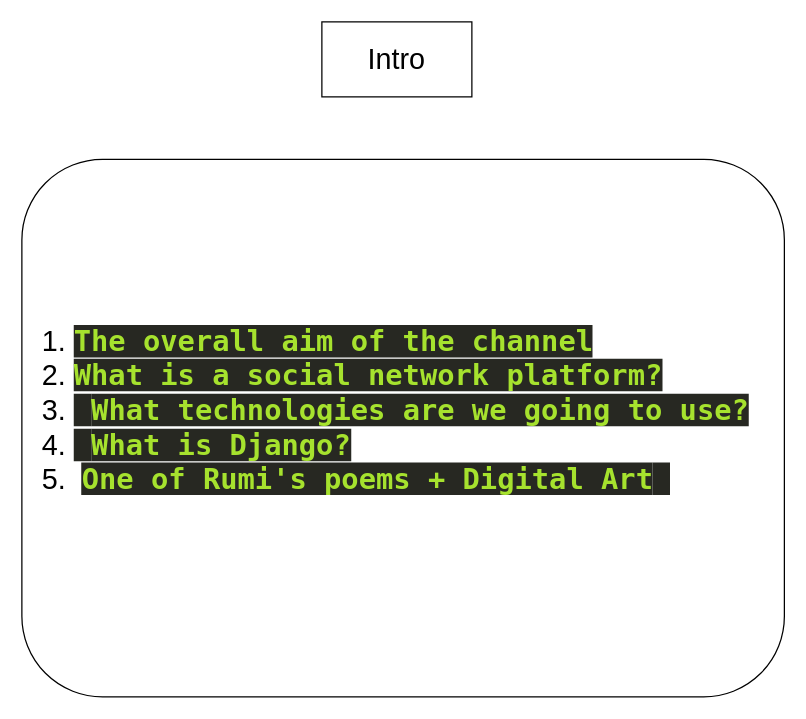
The draw.io diagram page "Intro" (1 of 4) of Session 1.drawio in raminux/diagrams, before the edit. Source tidied: cells renumbered, new cells numbered last; positions are measured from the earlier drawing's top-left corner, leaving out a move shared by most shapes. Both pictures are drawn from the tidied source at 125%, with x=0, y=0 at pixel (21, 21).
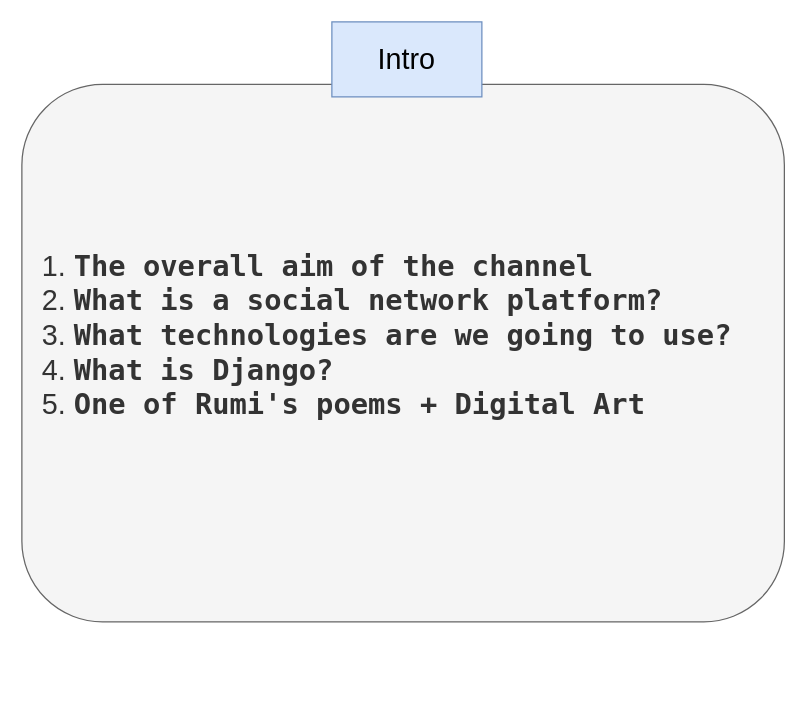
Above is the later version.

Diff of the diagram source:
```diff
@@
 <mxGraphModel>
   <root>
     <mxCell id="0" />
     <mxCell id="1" parent="0" />
-    <mxCell id="2" value="&lt;ol&gt;&lt;li&gt;&lt;span style=&quot;color: rgb(166, 226, 46); font-weight: bold; background-color: rgb(39, 40, 34); font-family: &amp;quot;Droid Sans Mono&amp;quot;, &amp;quot;monospace&amp;quot;, monospace; font-size: 23px;&quot;&gt;The overall aim of the channel&lt;/span&gt;&lt;/li&gt;&lt;li&gt;&lt;span style=&quot;background-color: rgb(39, 40, 34); color: rgb(166, 226, 46); font-family: &amp;quot;Droid Sans Mono&amp;quot;, &amp;quot;monospace&amp;quot;, monospace; font-weight: bold;&quot;&gt;What is a social network platform?&lt;/span&gt;&lt;br&gt;&lt;/li&gt;&lt;li&gt;&lt;span style=&quot;background-color: rgb(39, 40, 34); color: rgb(166, 226, 46); font-family: &amp;quot;Droid Sans Mono&amp;quot;, &amp;quot;monospace&amp;quot;, monospace; font-weight: bold;&quot;&gt;&amp;nbsp;&lt;/span&gt;&lt;span style=&quot;color: rgb(166, 226, 46); font-weight: bold; background-color: rgb(39, 40, 34); font-family: &amp;quot;Droid Sans Mono&amp;quot;, &amp;quot;monospace&amp;quot;, monospace;&quot;&gt;What technologies are we going to use?&lt;/span&gt;&lt;br&gt;&lt;/li&gt;&lt;li&gt;&lt;span style=&quot;background-color: rgb(39, 40, 34); color: rgb(166, 226, 46); font-family: &amp;quot;Droid Sans Mono&amp;quot;, &amp;quot;monospace&amp;quot;, monospace; font-weight: bold;&quot;&gt;&amp;nbsp;&lt;/span&gt;&lt;span style=&quot;color: rgb(166, 226, 46); font-weight: bold; background-color: rgb(39, 40, 34); font-family: &amp;quot;Droid Sans Mono&amp;quot;, &amp;quot;monospace&amp;quot;, monospace;&quot;&gt;What is Django?&lt;/span&gt;&lt;/li&gt;&lt;li&gt;&amp;nbsp;&lt;span style=&quot;color: rgb(166, 226, 46); font-weight: bold; background-color: rgb(39, 40, 34); font-family: &amp;quot;Droid Sans Mono&amp;quot;, &amp;quot;monospace&amp;quot;, monospace;&quot;&gt;One of Rumi's poems + Digital Art&lt;/span&gt;&lt;span style=&quot;background-color: rgb(39, 40, 34); color: rgb(166, 226, 46); font-family: &amp;quot;Droid Sans Mono&amp;quot;, &amp;quot;monospace&amp;quot;, monospace; font-weight: bold;&quot;&gt;&amp;nbsp;&lt;/span&gt;&lt;/li&gt;&lt;/ol&gt;&lt;span style=&quot;background-color: rgb(39, 40, 34); color: rgb(166, 226, 46); font-family: &amp;quot;Droid Sans Mono&amp;quot;, &amp;quot;monospace&amp;quot;, monospace; font-size: 23px; font-weight: bold;&quot;&gt;&lt;br&gt;&lt;/span&gt;" style="rounded=1;whiteSpace=wrap;html=1;fontSize=23;align=left;" parent="1" vertex="1">
-      <mxGeometry y="110" width="610" height="430" as="geometry" />
+    <mxCell id="2" value="&lt;ol&gt;&lt;li&gt;&lt;span style=&quot;font-weight: bold; font-family: &amp;quot;Droid Sans Mono&amp;quot;, &amp;quot;monospace&amp;quot;, monospace; font-size: 23px;&quot;&gt;The overall aim of the channel&lt;/span&gt;&lt;/li&gt;&lt;li&gt;&lt;span style=&quot;font-family: &amp;quot;Droid Sans Mono&amp;quot;, &amp;quot;monospace&amp;quot;, monospace; font-weight: bold;&quot;&gt;What is a social network platform?&lt;/span&gt;&lt;br&gt;&lt;/li&gt;&lt;li&gt;&lt;span style=&quot;font-weight: bold; font-family: &amp;quot;Droid Sans Mono&amp;quot;, &amp;quot;monospace&amp;quot;, monospace;&quot;&gt;What technologies are we going to use?&lt;/span&gt;&lt;br&gt;&lt;/li&gt;&lt;li&gt;&lt;span style=&quot;font-weight: bold; font-family: &amp;quot;Droid Sans Mono&amp;quot;, &amp;quot;monospace&amp;quot;, monospace;&quot;&gt;What is Django?&lt;/span&gt;&lt;/li&gt;&lt;li&gt;&lt;span style=&quot;font-weight: bold; font-family: &amp;quot;Droid Sans Mono&amp;quot;, &amp;quot;monospace&amp;quot;, monospace;&quot;&gt;One of Rumi's poems + Digital Art&lt;/span&gt;&lt;span style=&quot;color: rgb(166, 226, 46); font-family: &amp;quot;Droid Sans Mono&amp;quot;, &amp;quot;monospace&amp;quot;, monospace; font-weight: bold;&quot;&gt;&amp;nbsp;&lt;/span&gt;&lt;/li&gt;&lt;/ol&gt;&lt;span style=&quot;background-color: rgb(39, 40, 34); color: rgb(166, 226, 46); font-family: &amp;quot;Droid Sans Mono&amp;quot;, &amp;quot;monospace&amp;quot;, monospace; font-size: 23px; font-weight: bold;&quot;&gt;&lt;br&gt;&lt;/span&gt;" style="rounded=1;whiteSpace=wrap;html=1;fontSize=23;align=left;fillColor=#f5f5f5;fontColor=#333333;strokeColor=#666666;" parent="1" vertex="1">
+      <mxGeometry y="50" width="610" height="430" as="geometry" />
     </mxCell>
-    <mxCell id="3" value="Intro" style="rounded=0;whiteSpace=wrap;html=1;fontSize=23;" parent="1" vertex="1">
-      <mxGeometry x="240" width="120" height="60" as="geometry" />
+    <mxCell id="3" value="Intro" style="rounded=0;whiteSpace=wrap;html=1;fontSize=23;fillColor=#dae8fc;strokeColor=#6c8ebf;" parent="1" vertex="1">
+      <mxGeometry x="248" width="120" height="60" as="geometry" />
     </mxCell>
   </root>
 </mxGraphModel>
```
